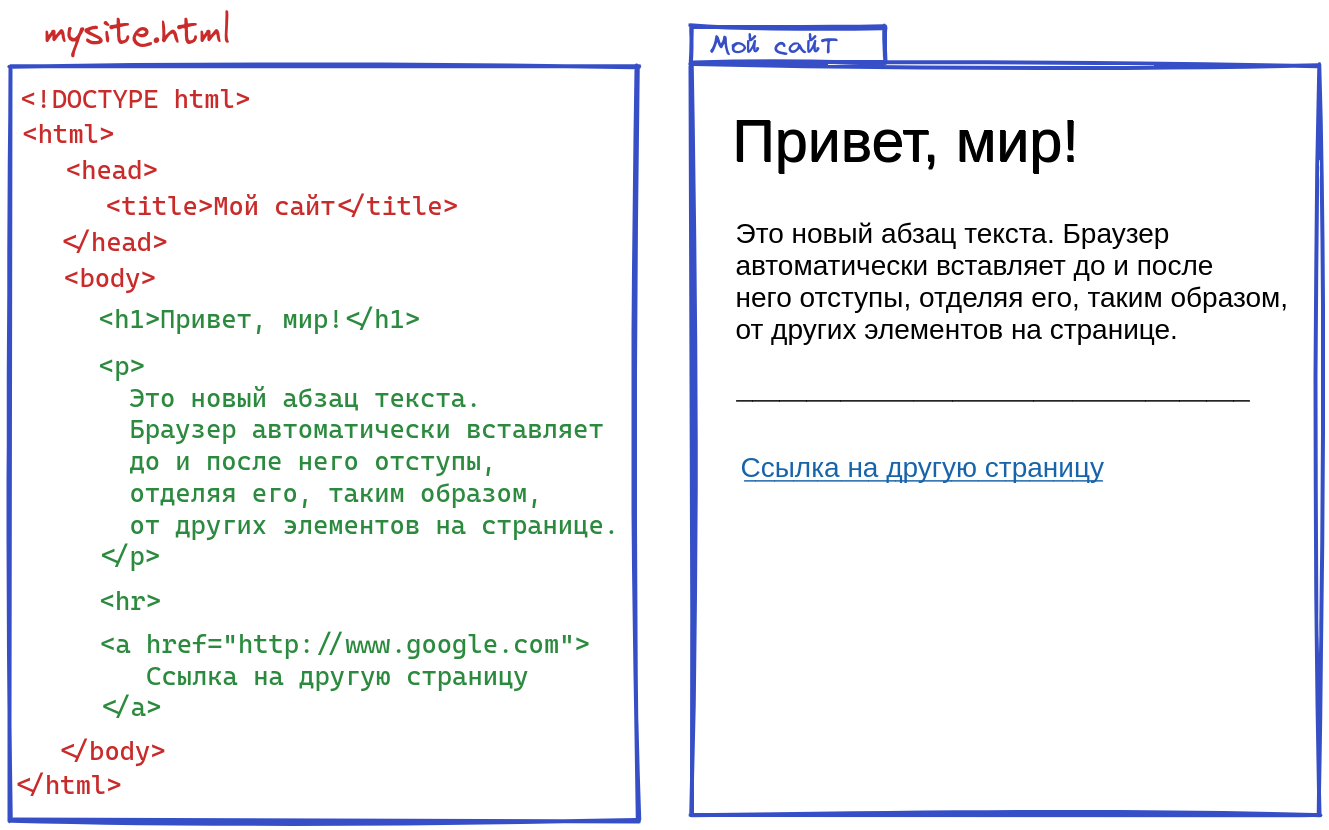
This is images/html-head-body.png from aleksmn/web-useful-links, a Excalidraw export, as it was before one commit. Source tidied: one line per element, renumbered; positions are measured from the earlier drawing's top-left corner, leaving out a move shared by most shapes.
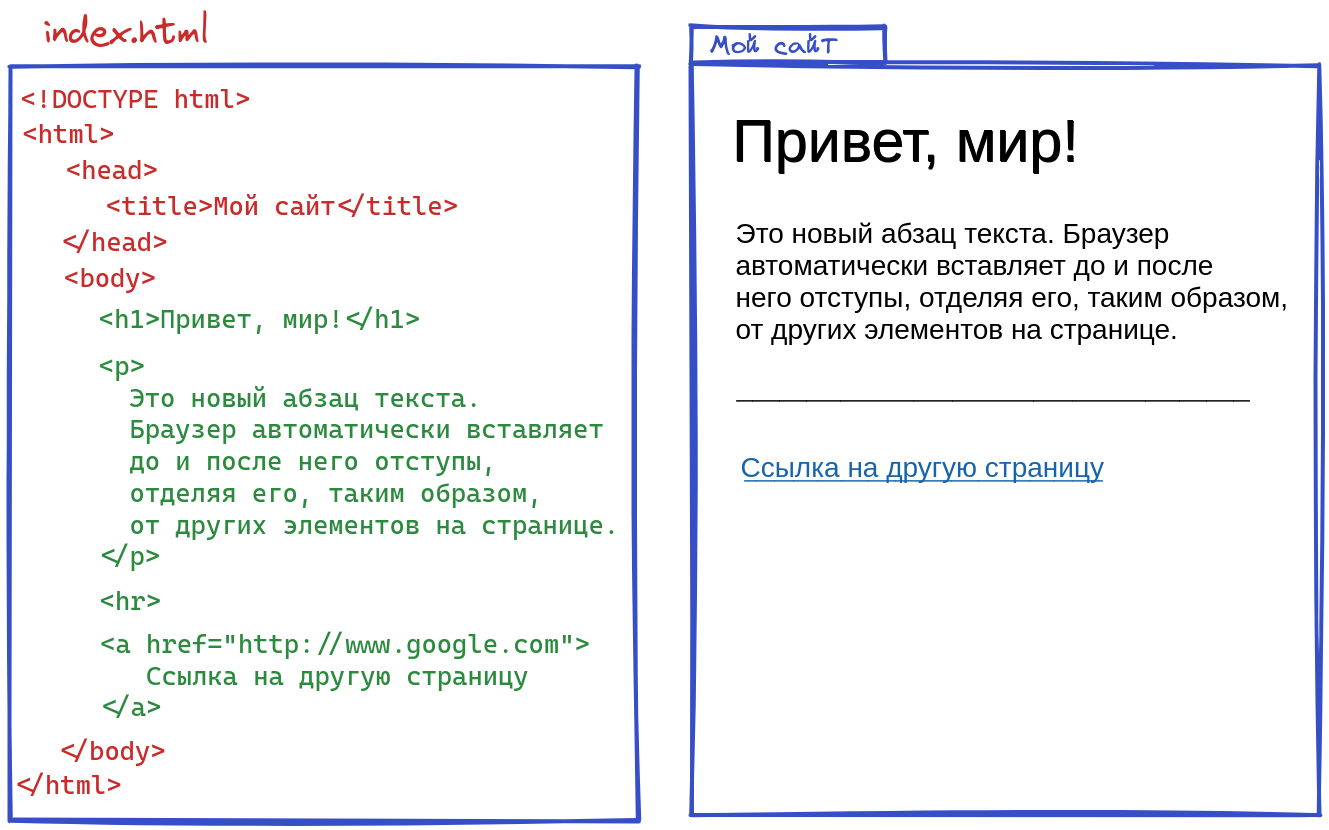
Later version of the same file.

What changed in the source:
```diff
@@ -1,6 +1,6 @@
 {"id": 0, "type": "text", "text": "<h1>Привет, мир!</h1>", "strokeColor": "#2b8a3e", "strokeWidth": 2, "roughness": 1, "fontSize": 26.12, "fontFamily": 3, "x": 89, "y": 293, "width": 322, "height": 32}
 {"id": 1, "type": "rectangle", "strokeColor": "#364fc7", "strokeWidth": 4, "roughness": 2, "x": 0, "y": 56, "width": 628, "height": 754}
-{"id": 2, "type": "text", "text": "mysite.html", "strokeColor": "#c92a2a", "strokeWidth": 2, "roughness": 1, "fontSize": 36, "fontFamily": 1, "x": 34, "y": 0, "width": 187, "height": 45}
+{"id": 2, "type": "text", "text": "index.html", "strokeColor": "#c92a2a", "strokeWidth": 2, "roughness": 1, "fontSize": 36, "fontFamily": 1, "x": 34, "y": 0, "width": 165, "height": 45}
 {"id": 3, "type": "text", "text": "Привет, мир!", "strokeColor": "#000000", "strokeWidth": 2, "roughness": 1, "fontSize": 59.14, "fontFamily": 2, "x": 722, "y": 96, "width": 347, "height": 69}
 {"id": 4, "type": "rectangle", "strokeColor": "#364fc7", "strokeWidth": 4, "roughness": 2, "x": 681, "y": 55, "width": 628, "height": 750}
 {"id": 5, "type": "text", "text": "Привет, мир!", "strokeColor": "#000000", "strokeWidth": 2, "roughness": 1, "fontSize": 59.14, "fontFamily": 2, "x": 723, "y": 97, "width": 346, "height": 69}
```
